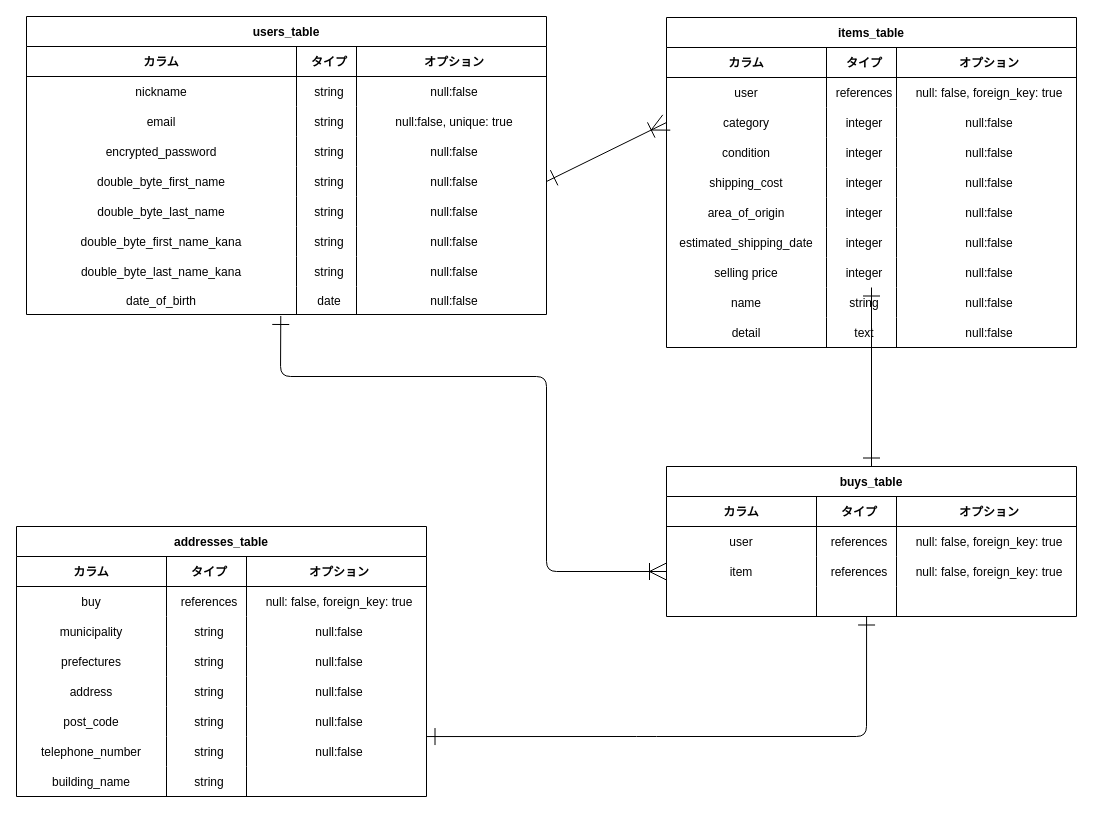
This is furima.dio from island0702/furima-39097, a draw.io file, before an edit. Source tidied: cells renumbered, new cells numbered last; positions are measured from the earlier drawing's top-left corner, leaving out a move shared by most shapes. Both pictures are drawn from the tidied source at 100%, with x=0, y=0 at pixel (16, 16).
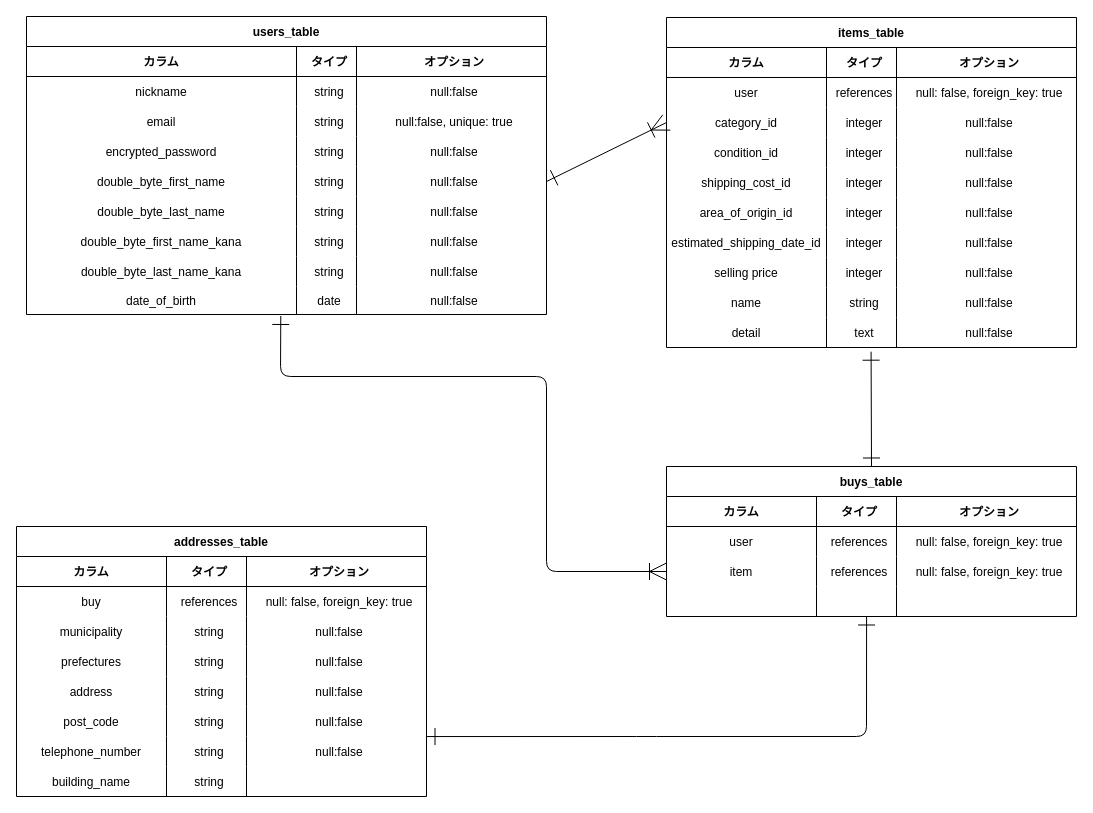
After the change.

The change refers to these unchanged cells:
```xml
<mxCell id="75" value="buys_table" style="shape=table;startSize=30;childLayout=tableLayout;rowLines=0;fontStyle=1;align=center;" parent="1" vertex="1">
  <mxGeometry x="650" y="450" width="410" height="150" as="geometry" />
</mxCell>
<mxCell id="102" style="shape=tableRow;horizontal=0;startSize=0;swimlaneHead=0;swimlaneBody=0;fillColor=none;points=[[0,0.5],[1,0.5]];portConstraint=eastwest;top=0;left=0;right=0;bottom=0;" parent="93" vertex="1">
  <mxGeometry y="90" width="410" height="30" as="geometry" />
</mxCell>
<mxCell id="106" style="shape=tableRow;horizontal=0;startSize=0;swimlaneHead=0;swimlaneBody=0;fillColor=none;top=0;left=0;right=0;bottom=0;" parent="93" vertex="1">
  <mxGeometry y="120" width="410" height="30" as="geometry" />
</mxCell>
<mxCell id="110" style="shape=tableRow;horizontal=0;startSize=0;swimlaneHead=0;swimlaneBody=0;fillColor=none;top=0;left=0;right=0;bottom=0;" parent="93" vertex="1">
  <mxGeometry y="150" width="410" height="30" as="geometry" />
</mxCell>
<mxCell id="114" style="shape=tableRow;horizontal=0;startSize=0;swimlaneHead=0;swimlaneBody=0;fillColor=none;top=0;left=0;right=0;bottom=0;" parent="93" vertex="1">
  <mxGeometry y="180" width="410" height="30" as="geometry" />
</mxCell>
<mxCell id="118" style="shape=tableRow;horizontal=0;startSize=0;swimlaneHead=0;swimlaneBody=0;fillColor=none;top=0;left=0;right=0;bottom=0;" parent="93" vertex="1">
  <mxGeometry y="210" width="410" height="30" as="geometry" />
</mxCell>
<mxCell id="122" style="shape=tableRow;horizontal=0;startSize=0;swimlaneHead=0;swimlaneBody=0;fillColor=none;points=[[0,0.5],[1,0.5]];portConstraint=eastwest;top=0;left=0;right=0;bottom=0;" parent="93" vertex="1">
  <mxGeometry y="240" width="410" height="30" as="geometry" />
</mxCell>
<mxCell id="130" style="shape=tableRow;horizontal=0;startSize=0;swimlaneHead=0;swimlaneBody=0;fillColor=none;points=[[0,0.5],[1,0.5]];portConstraint=eastwest;top=0;left=0;right=0;bottom=0;" parent="93" vertex="1">
  <mxGeometry y="300" width="410" height="30" as="geometry" />
</mxCell>
```

Diff of the diagram source:
```diff
@@
-    <mxCell id="92" style="edgeStyle=none;html=1;entryX=0.5;entryY=0;entryDx=0;entryDy=0;strokeWidth=1;startArrow=ERone;startFill=0;endArrow=ERone;endFill=0;startSize=15;endSize=15;" parent="1" edge="1" source="122" target="75">
+    <mxCell id="92" style="edgeStyle=none;html=1;entryX=0.5;entryY=0;entryDx=0;entryDy=0;strokeWidth=1;startArrow=ERone;startFill=0;endArrow=ERone;endFill=0;startSize=15;endSize=15;exitX=0.499;exitY=1.14;exitDx=0;exitDy=0;exitPerimeter=0;" parent="1" edge="1" source="130" target="75">
       <mxGeometry relative="1" as="geometry" />
     </mxCell>
@@
-    <mxCell id="103" value="category" style="shape=partialRectangle;fillColor=none;top=0;left=0;bottom=0;right=0;overflow=hidden;align=center;" parent="102" vertex="1">
+    <mxCell id="103" value="category_id" style="shape=partialRectangle;fillColor=none;top=0;left=0;bottom=0;right=0;overflow=hidden;align=center;" parent="102" vertex="1">
       <mxGeometry width="160" height="30" as="geometry" />
     </mxCell>
@@
-    <mxCell id="107" value="condition" style="shape=partialRectangle;fillColor=none;top=0;left=0;bottom=0;right=0;overflow=hidden;align=center;" parent="106" vertex="1">
+    <mxCell id="107" value="condition_id" style="shape=partialRectangle;fillColor=none;top=0;left=0;bottom=0;right=0;overflow=hidden;align=center;" parent="106" vertex="1">
       <mxGeometry width="160" height="30" as="geometry" />
     </mxCell>
@@
-    <mxCell id="111" value="shipping_cost" style="shape=partialRectangle;fillColor=none;top=0;left=0;bottom=0;right=0;overflow=hidden;align=center;" parent="110" vertex="1">
+    <mxCell id="111" value="shipping_cost_id" style="shape=partialRectangle;fillColor=none;top=0;left=0;bottom=0;right=0;overflow=hidden;align=center;" parent="110" vertex="1">
       <mxGeometry width="160" height="30" as="geometry" />
     </mxCell>
@@
-    <mxCell id="115" value="area_of_origin" style="shape=partialRectangle;fillColor=none;top=0;left=0;bottom=0;right=0;overflow=hidden;align=center;" parent="114" vertex="1">
+    <mxCell id="115" value="area_of_origin_id" style="shape=partialRectangle;fillColor=none;top=0;left=0;bottom=0;right=0;overflow=hidden;align=center;" parent="114" vertex="1">
       <mxGeometry width="160" height="30" as="geometry" />
     </mxCell>
@@
-    <mxCell id="119" value="estimated_shipping_date" style="shape=partialRectangle;fillColor=none;top=0;left=0;bottom=0;right=0;overflow=hidden;align=center;" parent="118" vertex="1">
+    <mxCell id="119" value="estimated_shipping_date_id" style="shape=partialRectangle;fillColor=none;top=0;left=0;bottom=0;right=0;overflow=hidden;align=center;" parent="118" vertex="1">
       <mxGeometry width="160" height="30" as="geometry" />
     </mxCell>
```
